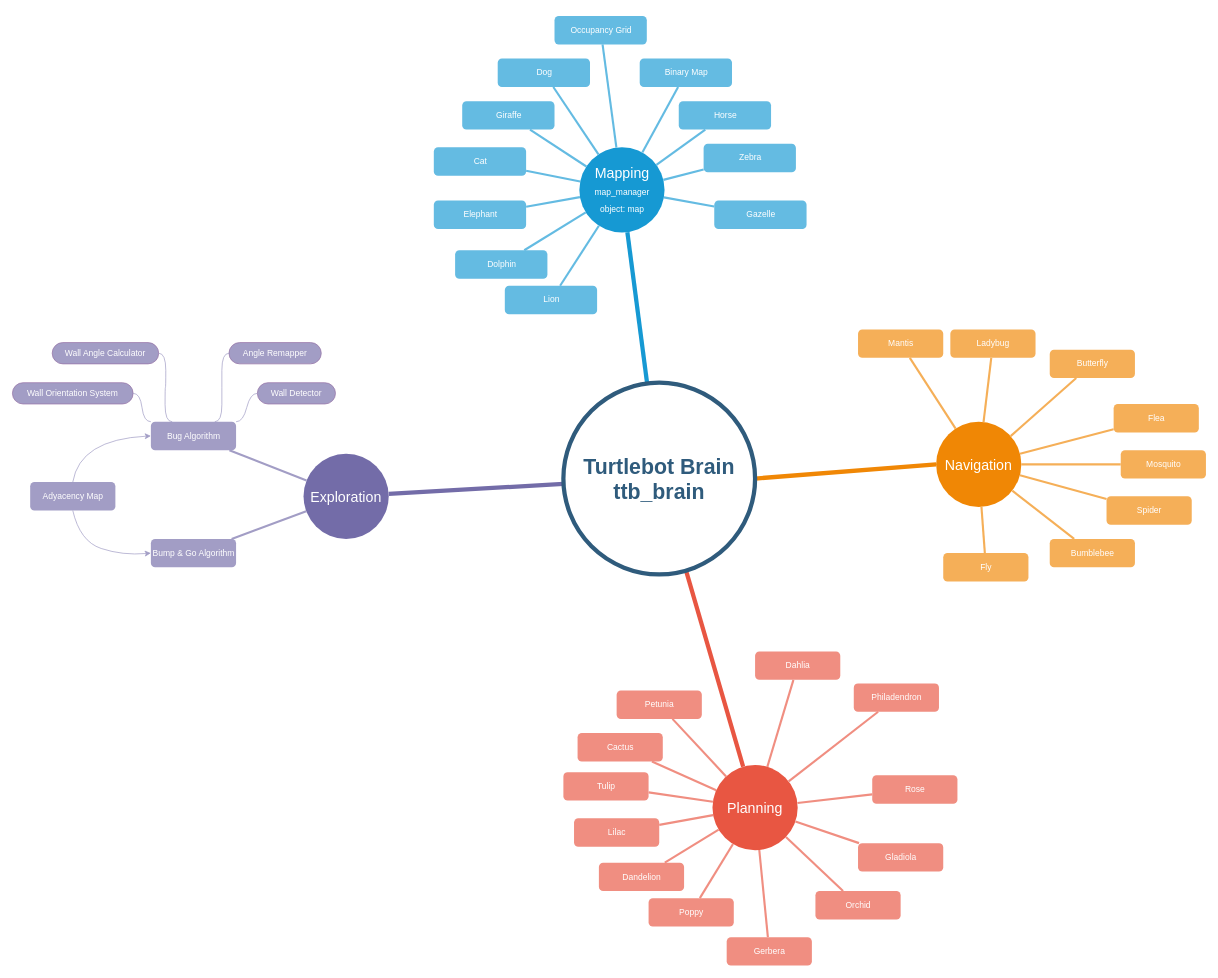
The draw.io diagram assets/Untitled Diagram.drawio in pariaspe/ttb-slam, before the edit. Source tidied: cells renumbered, new cells numbered last; positions are measured from the earlier drawing's top-left corner, leaving out a move shared by most shapes. Both pictures are drawn from the tidied source at 71%, with x=0, y=0 at pixel (12, 16).
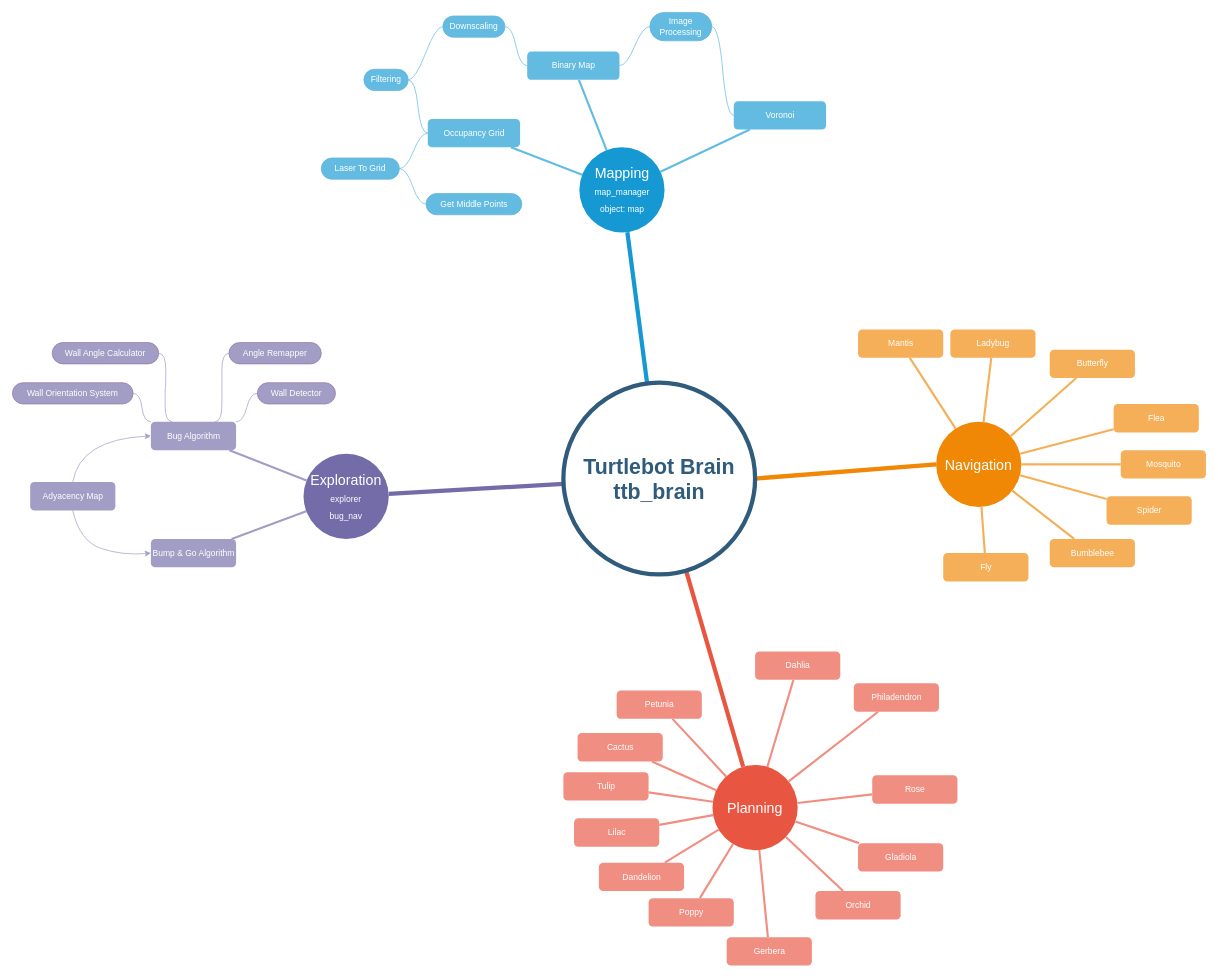
Above is the later version.

Unchanged cells that the change refers to:
```xml
<mxCell id="4" value="Mapping&lt;br&gt;&lt;font style=&quot;font-size: 12px&quot;&gt;map_manager&lt;br&gt;object: map&lt;br&gt;&lt;/font&gt;" style="ellipse;whiteSpace=wrap;html=1;shadow=0;fontFamily=Helvetica;fontSize=20;fontColor=#FFFFFF;align=center;strokeWidth=3;fillColor=#1699D3;strokeColor=none;" parent="1" vertex="1">
  <mxGeometry x="798.5" y="185" width="120" height="120" as="geometry" />
</mxCell>
```

Diff of the diagram source:
```diff
@@
-    <mxCell id="7" value="Dolphin" style="rounded=1;fillColor=#64BBE2;strokeColor=none;strokeWidth=3;shadow=0;html=1;fontColor=#FFFFFF;" parent="1" vertex="1">
-      <mxGeometry x="623.5" y="330" width="130" height="40" as="geometry" />
-    </mxCell>
@@
-    <mxCell id="12" value="Lion" style="rounded=1;fillColor=#64BBE2;strokeColor=none;strokeWidth=3;shadow=0;html=1;fontColor=#FFFFFF;" parent="1" vertex="1">
-      <mxGeometry x="693.5" y="380" width="130" height="40" as="geometry" />
-    </mxCell>
-    <mxCell id="13" value="Elephant" style="rounded=1;fillColor=#64BBE2;strokeColor=none;strokeWidth=3;shadow=0;html=1;fontColor=#FFFFFF;" parent="1" vertex="1">
-      <mxGeometry x="593.5" y="260" width="130" height="40" as="geometry" />
-    </mxCell>
-    <mxCell id="14" value="Cat" style="rounded=1;fillColor=#64BBE2;strokeColor=none;strokeWidth=3;shadow=0;html=1;fontColor=#FFFFFF;" parent="1" vertex="1">
-      <mxGeometry x="593.5" y="185" width="130" height="40" as="geometry" />
-    </mxCell>
-    <mxCell id="15" value="Giraffe" style="rounded=1;fillColor=#64BBE2;strokeColor=none;strokeWidth=3;shadow=0;html=1;fontColor=#FFFFFF;" parent="1" vertex="1">
-      <mxGeometry x="633.5" y="120" width="130" height="40" as="geometry" />
-    </mxCell>
-    <mxCell id="16" value="Dog" style="rounded=1;fillColor=#64BBE2;strokeColor=none;strokeWidth=3;shadow=0;html=1;fontColor=#FFFFFF;" parent="1" vertex="1">
-      <mxGeometry x="683.5" y="60" width="130" height="40" as="geometry" />
-    </mxCell>
     <mxCell id="17" value="Occupancy Grid" style="rounded=1;fillColor=#64BBE2;strokeColor=none;strokeWidth=3;shadow=0;html=1;fontColor=#FFFFFF;" parent="1" vertex="1">
-      <mxGeometry x="763.5" width="130" height="40" as="geometry" />
+      <mxGeometry x="585" y="145" width="130" height="40" as="geometry" />
     </mxCell>
     <mxCell id="18" value="Binary Map" style="rounded=1;fillColor=#64BBE2;strokeColor=none;strokeWidth=3;shadow=0;html=1;fontColor=#FFFFFF;" parent="1" vertex="1">
-      <mxGeometry x="883.5" y="60" width="130" height="40" as="geometry" />
+      <mxGeometry x="725" y="50" width="130" height="40" as="geometry" />
     </mxCell>
-    <mxCell id="19" value="Horse" style="rounded=1;fillColor=#64BBE2;strokeColor=none;strokeWidth=3;shadow=0;html=1;fontColor=#FFFFFF;" parent="1" vertex="1">
-      <mxGeometry x="938.5" y="120" width="130" height="40" as="geometry" />
+    <mxCell id="19" value="Voronoi" style="rounded=1;fillColor=#64BBE2;strokeColor=none;strokeWidth=3;shadow=0;html=1;fontColor=#FFFFFF;" parent="1" vertex="1">
+      <mxGeometry x="1016" y="120" width="130" height="40" as="geometry" />
     </mxCell>
-    <mxCell id="20" value="Zebra" style="rounded=1;fillColor=#64BBE2;strokeColor=none;strokeWidth=3;shadow=0;html=1;fontColor=#FFFFFF;" parent="1" vertex="1">
-      <mxGeometry x="973.5" y="180" width="130" height="40" as="geometry" />
-    </mxCell>
-    <mxCell id="21" value="Gazelle" style="rounded=1;fillColor=#64BBE2;strokeColor=none;strokeWidth=3;shadow=0;html=1;fontColor=#FFFFFF;" parent="1" vertex="1">
-      <mxGeometry x="988.5" y="260" width="130" height="40" as="geometry" />
-    </mxCell>
-    <mxCell id="22" style="edgeStyle=none;endArrow=none;strokeWidth=3;strokeColor=#64BBE2;html=1;" parent="1" edge="1" source="4" target="21">
-      <mxGeometry x="238.5" y="130" as="geometry" />
-    </mxCell>
-    <mxCell id="23" style="edgeStyle=none;endArrow=none;strokeWidth=3;strokeColor=#64BBE2;html=1;" parent="1" edge="1" source="4" target="12">
-      <mxGeometry x="238.5" y="130" as="geometry" />
-    </mxCell>
-    <mxCell id="24" style="edgeStyle=none;endArrow=none;strokeWidth=3;strokeColor=#64BBE2;html=1;" parent="1" edge="1" source="4" target="7">
-      <mxGeometry x="238.5" y="130" as="geometry" />
-    </mxCell>
-    <mxCell id="25" style="edgeStyle=none;endArrow=none;strokeWidth=3;strokeColor=#64BBE2;html=1;" parent="1" edge="1" source="4" target="13">
-      <mxGeometry x="238.5" y="130" as="geometry" />
-    </mxCell>
-    <mxCell id="26" style="edgeStyle=none;endArrow=none;strokeWidth=3;strokeColor=#64BBE2;html=1;" parent="1" edge="1" source="4" target="14">
-      <mxGeometry x="238.5" y="130" as="geometry" />
-    </mxCell>
-    <mxCell id="27" style="edgeStyle=none;endArrow=none;strokeWidth=3;strokeColor=#64BBE2;html=1;" parent="1" edge="1" source="4" target="15">
-      <mxGeometry x="238.5" y="130" as="geometry" />
-    </mxCell>
-    <mxCell id="28" style="edgeStyle=none;endArrow=none;strokeWidth=3;strokeColor=#64BBE2;html=1;" parent="1" edge="1" source="4" target="16">
-      <mxGeometry x="238.5" y="130" as="geometry" />
-    </mxCell>
@@
-    <mxCell id="32" style="edgeStyle=none;endArrow=none;strokeWidth=3;strokeColor=#64BBE2;html=1;" parent="1" edge="1" source="4" target="20">
-      <mxGeometry x="238.5" y="130" as="geometry" />
-    </mxCell>
@@
-    <mxCell id="74" value="Exploration" style="ellipse;whiteSpace=wrap;html=1;shadow=0;fontFamily=Helvetica;fontSize=20;fontColor=#FFFFFF;align=center;strokeWidth=3;fillColor=#736ca8;strokeColor=none;" parent="1" vertex="1">
+    <mxCell id="74" value="Exploration&lt;br&gt;&lt;font style=&quot;font-size: 12px&quot;&gt;explorer&lt;br&gt;bug_nav&lt;/font&gt;" style="ellipse;whiteSpace=wrap;html=1;shadow=0;fontFamily=Helvetica;fontSize=20;fontColor=#FFFFFF;align=center;strokeWidth=3;fillColor=#736ca8;strokeColor=none;" parent="1" vertex="1">
       <mxGeometry x="410" y="616.5" width="120" height="120" as="geometry" />
     </mxCell>
@@
+    <mxCell id="89" value="&lt;font color=&quot;#ffffff&quot;&gt;Laser To Grid&lt;/font&gt;" style="whiteSpace=wrap;html=1;rounded=1;arcSize=50;align=center;verticalAlign=middle;strokeWidth=1;spacing=4;newEdgeStyle={&quot;edgeStyle&quot;:&quot;entityRelationEdgeStyle&quot;,&quot;startArrow&quot;:&quot;none&quot;,&quot;endArrow&quot;:&quot;none&quot;,&quot;segment&quot;:10,&quot;curved&quot;:1};fillColor=#64BBE2;strokeColor=#60B3D9;" parent="1" vertex="1">
+      <mxGeometry x="435" y="200" width="110" height="30" as="geometry" />
+    </mxCell>
+    <mxCell id="90" style="edgeStyle=entityRelationEdgeStyle;startArrow=none;endArrow=none;segment=10;curved=1;strokeColor=#64bbe2;exitX=0;exitY=0.5;exitDx=0;exitDy=0;" parent="1" edge="1" source="17" target="89">
+      <mxGeometry relative="1" as="geometry" />
+    </mxCell>
+    <mxCell id="91" value="&lt;font color=&quot;#ffffff&quot;&gt;Get Middle Points&lt;/font&gt;" style="whiteSpace=wrap;html=1;rounded=1;arcSize=50;align=center;verticalAlign=middle;strokeWidth=1;spacing=4;newEdgeStyle={&quot;edgeStyle&quot;:&quot;entityRelationEdgeStyle&quot;,&quot;startArrow&quot;:&quot;none&quot;,&quot;endArrow&quot;:&quot;none&quot;,&quot;segment&quot;:10,&quot;curved&quot;:1};fillColor=#64BBE2;strokeColor=#60B3D9;" parent="1" vertex="1">
+      <mxGeometry x="582.5" y="250" width="135" height="30" as="geometry" />
+    </mxCell>
+    <mxCell id="92" style="edgeStyle=entityRelationEdgeStyle;startArrow=none;endArrow=none;segment=10;curved=1;strokeColor=#64bbe2;exitX=1;exitY=0.5;exitDx=0;exitDy=0;" parent="1" edge="1" source="89" target="91">
+      <mxGeometry relative="1" as="geometry" />
+    </mxCell>
+    <mxCell id="93" value="&lt;font color=&quot;#ffffff&quot;&gt;Filtering&lt;br&gt;&lt;/font&gt;" style="whiteSpace=wrap;html=1;rounded=1;arcSize=50;align=center;verticalAlign=middle;strokeWidth=1;spacing=4;newEdgeStyle={&quot;edgeStyle&quot;:&quot;entityRelationEdgeStyle&quot;,&quot;startArrow&quot;:&quot;none&quot;,&quot;endArrow&quot;:&quot;none&quot;,&quot;segment&quot;:10,&quot;curved&quot;:1};fillColor=#64BBE2;strokeColor=#60B3D9;" parent="1" vertex="1">
+      <mxGeometry x="495" y="75" width="62.5" height="30" as="geometry" />
+    </mxCell>
+    <mxCell id="94" style="edgeStyle=entityRelationEdgeStyle;startArrow=none;endArrow=none;segment=10;curved=1;strokeColor=#64bbe2;exitX=0;exitY=0.5;exitDx=0;exitDy=0;entryX=1;entryY=0.5;entryDx=0;entryDy=0;" parent="1" edge="1" source="17" target="93">
+      <mxGeometry relative="1" as="geometry" />
+    </mxCell>
+    <mxCell id="95" value="&lt;font color=&quot;#ffffff&quot;&gt;Downscaling&lt;br&gt;&lt;/font&gt;" style="whiteSpace=wrap;html=1;rounded=1;arcSize=50;align=center;verticalAlign=middle;strokeWidth=1;spacing=4;newEdgeStyle={&quot;edgeStyle&quot;:&quot;entityRelationEdgeStyle&quot;,&quot;startArrow&quot;:&quot;none&quot;,&quot;endArrow&quot;:&quot;none&quot;,&quot;segment&quot;:10,&quot;curved&quot;:1};fillColor=#64BBE2;strokeColor=#60B3D9;" parent="1" vertex="1">
+      <mxGeometry x="606.2" width="87.5" height="30" as="geometry" />
+    </mxCell>
+    <mxCell id="96" style="edgeStyle=entityRelationEdgeStyle;startArrow=none;endArrow=none;segment=10;curved=1;strokeColor=#64bbe2;exitX=1;exitY=0.5;exitDx=0;exitDy=0;entryX=0;entryY=0.5;entryDx=0;entryDy=0;" parent="1" edge="1" source="93" target="95">
+      <mxGeometry relative="1" as="geometry" />
+    </mxCell>
+    <mxCell id="97" style="edgeStyle=entityRelationEdgeStyle;startArrow=none;endArrow=none;segment=10;curved=1;strokeColor=#64bbe2;exitX=1;exitY=0.5;exitDx=0;exitDy=0;entryX=0;entryY=0.5;entryDx=0;entryDy=0;" parent="1" edge="1" source="95" target="18">
+      <mxGeometry relative="1" as="geometry" />
+    </mxCell>
+    <mxCell id="98" value="&lt;font color=&quot;#ffffff&quot;&gt;Image &lt;br&gt;Processing&lt;br&gt;&lt;/font&gt;" style="whiteSpace=wrap;html=1;rounded=1;arcSize=50;align=center;verticalAlign=middle;strokeWidth=1;spacing=4;newEdgeStyle={&quot;edgeStyle&quot;:&quot;entityRelationEdgeStyle&quot;,&quot;startArrow&quot;:&quot;none&quot;,&quot;endArrow&quot;:&quot;none&quot;,&quot;segment&quot;:10,&quot;curved&quot;:1};fillColor=#64BBE2;strokeColor=#60B3D9;" parent="1" vertex="1">
+      <mxGeometry x="897.8" y="-5" width="87.2" height="40" as="geometry" />
+    </mxCell>
+    <mxCell id="99" style="edgeStyle=entityRelationEdgeStyle;startArrow=none;endArrow=none;segment=10;curved=1;strokeColor=#64bbe2;exitX=1;exitY=0.5;exitDx=0;exitDy=0;entryX=0;entryY=0.5;entryDx=0;entryDy=0;" parent="1" edge="1" source="18" target="98">
+      <mxGeometry relative="1" as="geometry" />
+    </mxCell>
+    <mxCell id="100" style="edgeStyle=entityRelationEdgeStyle;startArrow=none;endArrow=none;segment=10;curved=1;strokeColor=#64bbe2;exitX=1;exitY=0.5;exitDx=0;exitDy=0;entryX=0;entryY=0.5;entryDx=0;entryDy=0;" parent="1" edge="1" source="98" target="19">
+      <mxGeometry relative="1" as="geometry" />
+    </mxCell>
```
